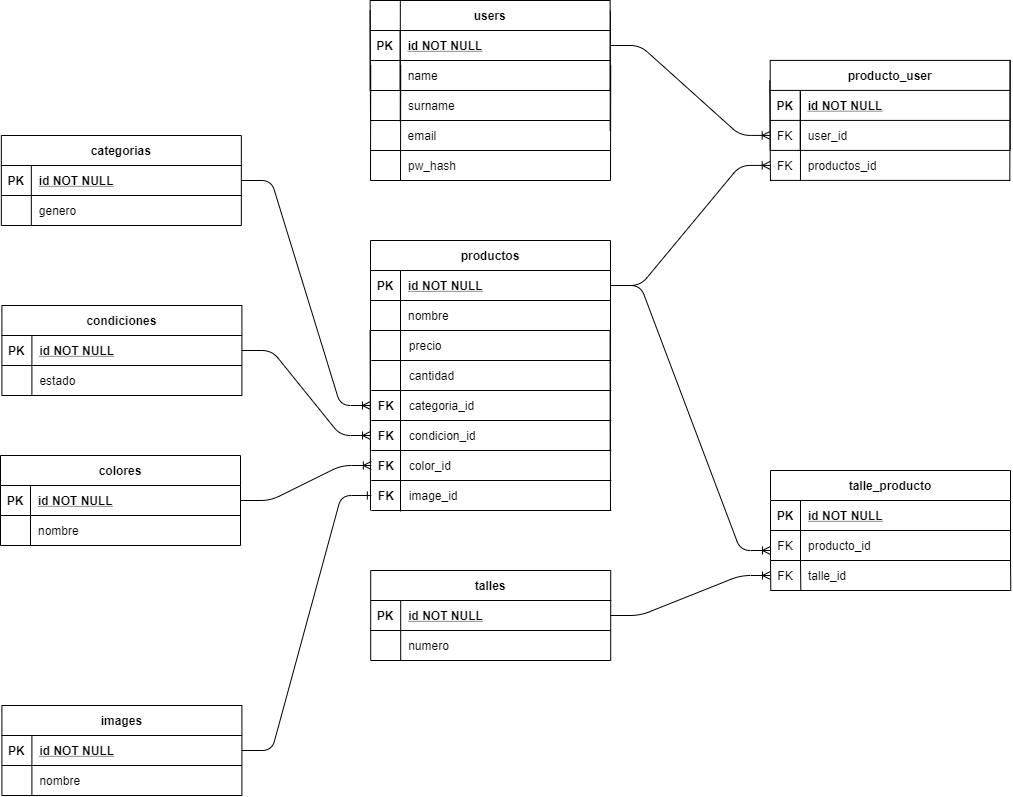
joaquinodz/roper keeps this draw.io diagram as public/diagrama.png. Above is the earlier version. Source tidied: cells renumbered, new cells last; positions are measured from the earlier drawing's top-left corner, leaving out a move shared by most shapes.
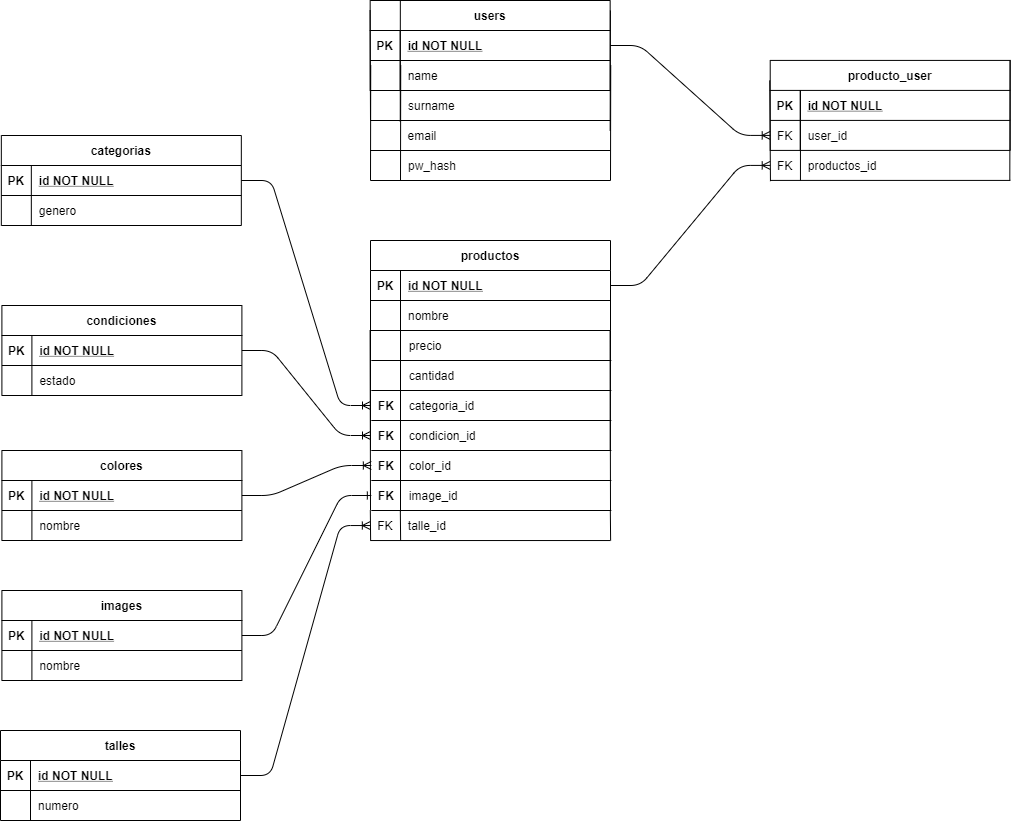
After the commit.

Commit message:
Pequeños cambios.

What changed in the source:
```diff
@@ -139,15 +139,9 @@
         <mxPoint x="369.6" y="9.6" as="targetPoint" />
       </mxGeometry>
     </mxCell>
-    <mxCell id="44" style="edgeStyle=entityRelationEdgeStyle;fontSize=12;html=1;endArrow=ERoneToMany;entryX=0;entryY=0.5;entryDx=0;entryDy=0;exitX=1;exitY=0.5;exitDx=0;exitDy=0;" parent="1" edge="1" source="10">
-      <mxGeometry relative="1" as="geometry">
-        <mxPoint x="770" y="550" as="targetPoint" />
-      </mxGeometry>
-    </mxCell>
-    <mxCell id="45" style="edgeStyle=entityRelationEdgeStyle;fontSize=12;html=1;endArrow=ERoneToMany;entryX=0;entryY=0.5;entryDx=0;entryDy=0;" parent="1" edge="1">
+    <mxCell id="45" style="edgeStyle=entityRelationEdgeStyle;fontSize=12;html=1;endArrow=ERoneToMany;entryX=0;entryY=0.5;entryDx=0;entryDy=0;" parent="1" edge="1" target="51">
       <mxGeometry relative="1" as="geometry">
-        <mxPoint x="609.6" y="615" as="sourcePoint" />
-        <mxPoint x="770" y="575" as="targetPoint" />
+        <mxPoint x="239.8" y="775" as="sourcePoint" />
       </mxGeometry>
     </mxCell>
     <mxCell id="46" style="endArrow=none;html=1;" parent="1" edge="1">
@@ -168,7 +162,7 @@
       </mxGeometry>
     </mxCell>
     <mxCell id="50" style="shape=table;startSize=0;rowLines=0;fontStyle=0;align=center;strokeColor=none;fillColor=none;" parent="1" vertex="1">
-      <mxGeometry x="770" y="560" width="240" height="30" as="geometry" />
+      <mxGeometry x="369.8" y="510" width="240" height="30" as="geometry" />
     </mxCell>
     <mxCell id="51" style="shape=partialRectangle;fillColor=none;top=0;left=0;bottom=1;right=0;points=[[0,0.5],[1,0.5]];portConstraint=eastwest;" parent="50" vertex="1">
       <mxGeometry width="240" height="30" as="geometry" />
@@ -186,7 +180,7 @@
       </mxGeometry>
     </mxCell>
     <mxCell id="55" value="colores" style="shape=table;startSize=30;rowLines=0;fontStyle=1;align=center;" parent="1" vertex="1">
-      <mxGeometry y="455" width="240" height="90" as="geometry" />
+      <mxGeometry x="1.4" y="450" width="240" height="90" as="geometry" />
     </mxCell>
     <mxCell id="56" style="shape=partialRectangle;fillColor=none;points=[[0,0.5],[1,0.5]];portConstraint=eastwest;top=0;left=0;right=0;bottom=1;" parent="55" vertex="1">
       <mxGeometry y="30" width="240" height="30" as="geometry" />
@@ -298,45 +292,24 @@
       </mxGeometry>
     </mxCell>
     <mxCell id="87" style="shape=partialRectangle;fillColor=none;top=0;left=0;bottom=0;right=0;align=left;spacingLeft=6;fontStyle=0;overflow=hidden;" parent="1" vertex="1">
-      <mxGeometry x="800" y="560" width="210" height="30" as="geometry" />
+      <mxGeometry x="399.8" y="510" width="210" height="30" as="geometry" />
     </mxCell>
     <mxCell id="88" style="endArrow=none;html=1;" parent="1" edge="1">
       <mxGeometry relative="1" as="geometry">
-        <mxPoint x="770.3" y="590" as="sourcePoint" />
-        <mxPoint x="770" y="560" as="targetPoint" />
+        <mxPoint x="370.1" y="540" as="sourcePoint" />
+        <mxPoint x="369.8" y="510" as="targetPoint" />
       </mxGeometry>
     </mxCell>
-    <mxCell id="89" value="talle_producto" style="shape=table;startSize=30;rowLines=0;fontStyle=1;align=center;" parent="1" vertex="1">
-      <mxGeometry x="770" y="470" width="240" height="90" as="geometry" />
-    </mxCell>
-    <mxCell id="90" style="shape=partialRectangle;fillColor=none;top=0;left=0;right=0;bottom=1;" parent="89" vertex="1">
-      <mxGeometry y="30" width="240" height="30" as="geometry" />
-    </mxCell>
-    <mxCell id="91" value="PK" style="shape=partialRectangle;overflow=hidden;fillColor=none;top=0;left=0;bottom=0;right=0;fontStyle=1;" parent="90" vertex="1">
-      <mxGeometry width="30" height="30" as="geometry" />
-    </mxCell>
-    <mxCell id="92" value="id NOT NULL" style="shape=partialRectangle;overflow=hidden;fillColor=none;top=0;left=0;bottom=0;right=0;align=left;spacingLeft=6;fontStyle=5;" parent="90" vertex="1">
-      <mxGeometry x="30" width="210" height="30" as="geometry" />
-    </mxCell>
-    <mxCell id="93" style="shape=partialRectangle;fillColor=none;top=0;left=0;right=0;bottom=0;" parent="89" vertex="1">
-      <mxGeometry y="60" width="240" height="30" as="geometry" />
-    </mxCell>
-    <mxCell id="94" value="FK" style="shape=partialRectangle;overflow=hidden;fillColor=none;top=0;left=0;bottom=0;right=0;" parent="93" vertex="1">
-      <mxGeometry width="30" height="30" as="geometry" />
-    </mxCell>
-    <mxCell id="95" value="producto_id" style="shape=partialRectangle;overflow=hidden;fillColor=none;top=0;left=0;bottom=0;right=0;align=left;spacingLeft=6;" parent="93" vertex="1">
-      <mxGeometry x="30" width="210" height="30" as="geometry" />
-    </mxCell>
     <mxCell id="96" style="endArrow=none;html=1;" parent="1" edge="1">
       <mxGeometry relative="1" as="geometry">
-        <mxPoint x="800.3" y="590" as="sourcePoint" />
-        <mxPoint x="800" y="560" as="targetPoint" />
+        <mxPoint x="400.1" y="540" as="sourcePoint" />
+        <mxPoint x="399.8" y="510" as="targetPoint" />
       </mxGeometry>
     </mxCell>
     <mxCell id="97" style="endArrow=none;html=1;" parent="1" edge="1">
       <mxGeometry relative="1" as="geometry">
-        <mxPoint x="1010.3" y="590" as="sourcePoint" />
-        <mxPoint x="1010" y="560" as="targetPoint" />
+        <mxPoint x="610.1" y="540" as="sourcePoint" />
+        <mxPoint x="609.8" y="510" as="targetPoint" />
       </mxGeometry>
     </mxCell>
     <mxCell id="98" style="shape=table;startSize=0;rowLines=0;fontStyle=0;align=center;strokeColor=none;fillColor=none;" parent="1" vertex="1">
@@ -400,7 +373,7 @@
       <mxGeometry x="30" width="210" height="30" as="geometry" />
     </mxCell>
     <mxCell id="118" value="images" style="shape=table;startSize=30;rowLines=0;fontStyle=1;align=center;" parent="1" vertex="1">
-      <mxGeometry x="1.4" y="705" width="240" height="90" as="geometry" />
+      <mxGeometry x="1.4" y="590" width="240" height="90" as="geometry" />
     </mxCell>
     <mxCell id="119" style="shape=partialRectangle;fillColor=none;points=[[0,0.5],[1,0.5]];portConstraint=eastwest;top=0;left=0;right=0;bottom=1;" parent="118" vertex="1">
       <mxGeometry y="30" width="240" height="30" as="geometry" />
@@ -436,7 +409,7 @@
       </mxGeometry>
     </mxCell>
     <mxCell id="128" value="talles" style="shape=table;startSize=30;rowLines=0;fontStyle=1;align=center;" parent="1" vertex="1">
-      <mxGeometry x="370.2" y="570" width="240" height="90" as="geometry" />
+      <mxGeometry y="730" width="240" height="90" as="geometry" />
     </mxCell>
     <mxCell id="129" style="shape=partialRectangle;fillColor=none;top=0;left=0;right=0;bottom=1;" parent="128" vertex="1">
       <mxGeometry y="30" width="240" height="30" as="geometry" />
```
